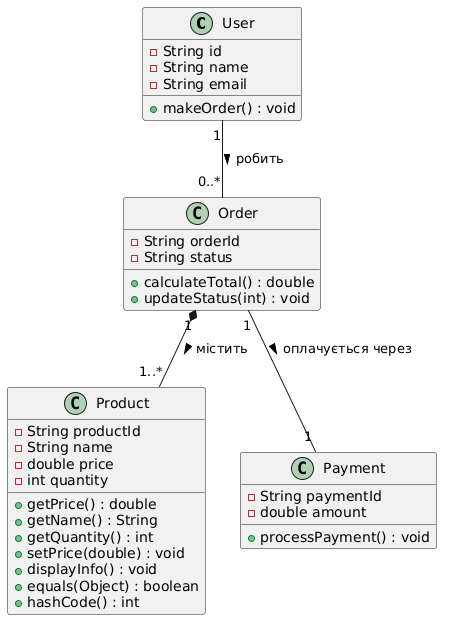
This is src/shop/diagram.png from NCJavaCode/Java26_Malchenko, a PlantUML export, as it was before one commit. The source it was exported from:
```plantuml
@startuml
class User {
  - String id
  - String name
  - String email
  + makeOrder() : void
}

class Order {
  - String orderId
  - String status
  + calculateTotal() : double
  + updateStatus(int) : void
}

class Product {
  - String productId
  - String name
  - double price
  - int quantity
  + getPrice() : double
  + getName() : String
  + getQuantity() : int
  + setPrice(double) : void
  + displayInfo() : void
  + equals(Object) : boolean
  + hashCode() : int
}

class Payment {
  - String paymentId
  - double amount
  + processPayment() : void
}

User "1" -- "0..*" Order : робить >
Order "1" *-- "1..*" Product : містить >
Order "1" -- "1" Payment : оплачується через >
@enduml
```
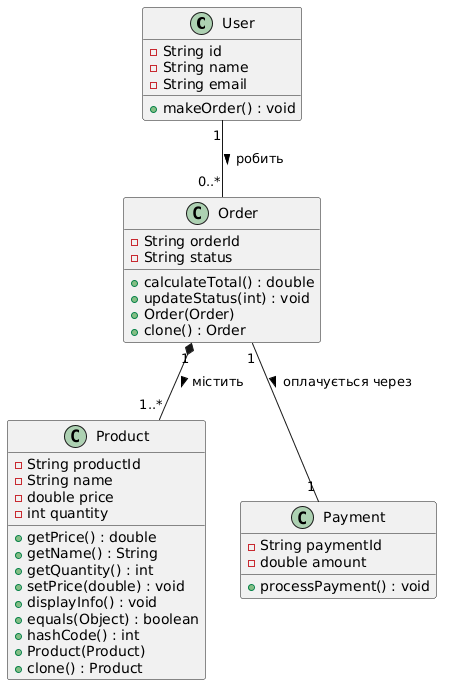
The same diagram one commit later.

What changed in the source:
```diff
@@ -11,6 +11,8 @@
   - String status
   + calculateTotal() : double
   + updateStatus(int) : void
+  + Order(Order)
+  + clone() : Order
 }
 
 class Product {
@@ -25,6 +27,8 @@
   + displayInfo() : void
   + equals(Object) : boolean
   + hashCode() : int
+  + Product(Product)
+  + clone() : Product
 }
 
 class Payment {
```
